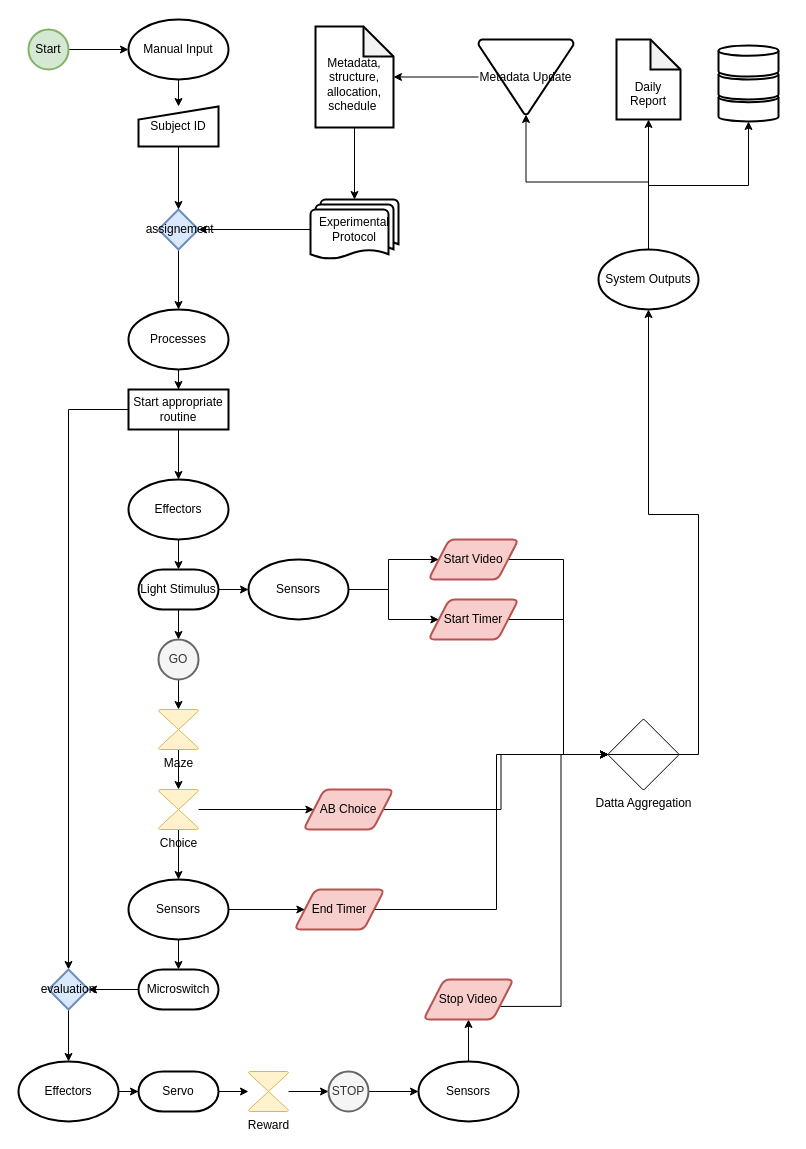
Above: Modules.drawio in Guillermo-Hidalgo-Gadea/RPi4Toolbox (draw.io), before the change. Source tidied: cells renumbered, new cells numbered last; positions are measured from the earlier drawing's top-left corner, leaving out a move shared by most shapes. Both pictures are drawn from the tidied source at 100%, with x=0, y=0 at pixel (18, 19).
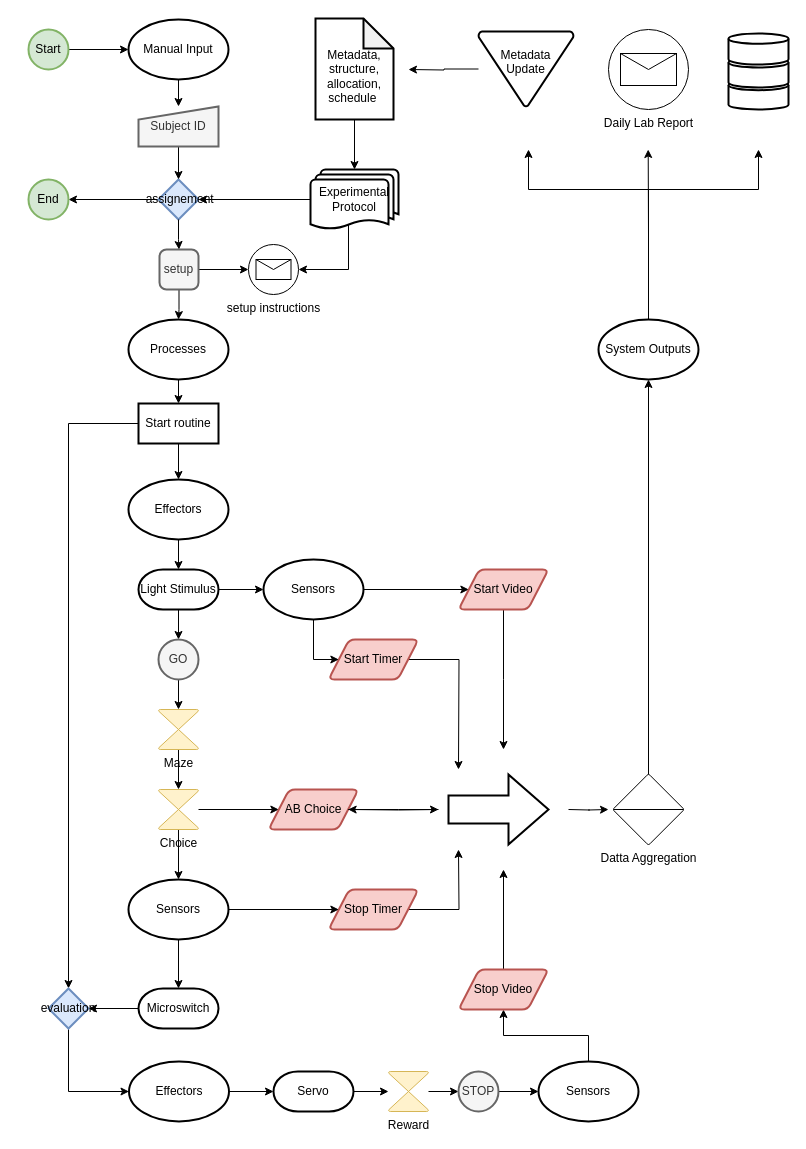
Above is the later version.

What changed in the source:
```diff
@@
-    <mxCell id="4" style="edgeStyle=orthogonalEdgeStyle;rounded=0;jettySize=auto;html=1;exitX=0.5;exitY=0;exitDx=0;exitDy=0;exitPerimeter=0;entryX=0.5;entryY=1;entryDx=0;entryDy=0;entryPerimeter=0;fontSize=12;" parent="1" edge="1" source="7" target="14">
-      <mxGeometry relative="1" as="geometry" />
-    </mxCell>
-    <mxCell id="5" style="edgeStyle=orthogonalEdgeStyle;rounded=0;jettySize=auto;html=1;exitX=0.5;exitY=0;exitDx=0;exitDy=0;exitPerimeter=0;entryX=0.5;entryY=1;entryDx=0;entryDy=0;entryPerimeter=0;fontSize=12;" parent="1" edge="1" source="7" target="53">
-      <mxGeometry relative="1" as="geometry" />
-    </mxCell>
-    <mxCell id="6" style="edgeStyle=orthogonalEdgeStyle;rounded=0;jettySize=auto;html=1;exitX=0.5;exitY=0;exitDx=0;exitDy=0;exitPerimeter=0;entryX=0.5;entryY=1;entryDx=0;entryDy=0;entryPerimeter=0;fontSize=12;" parent="1" edge="1" source="7" target="56">
-      <mxGeometry relative="1" as="geometry" />
-    </mxCell>
+    <mxCell id="73" style="edgeStyle=orthogonalEdgeStyle;rounded=0;jettySize=auto;html=1;exitX=0.5;exitY=0;exitDx=0;exitDy=0;exitPerimeter=0;fontSize=12;" parent="1" edge="1" source="7">
+      <mxGeometry relative="1" as="geometry">
+        <mxPoint x="629.7" y="130" as="targetPoint" />
+      </mxGeometry>
+    </mxCell>
+    <mxCell id="74" style="edgeStyle=orthogonalEdgeStyle;rounded=0;jettySize=auto;html=1;exitX=0.5;exitY=0;exitDx=0;exitDy=0;exitPerimeter=0;fontSize=12;" parent="1" edge="1" source="7">
+      <mxGeometry relative="1" as="geometry">
+        <mxPoint x="740" y="130" as="targetPoint" />
+        <Array as="points">
+          <mxPoint x="630" y="170" />
+          <mxPoint x="740" y="170" />
+        </Array>
+      </mxGeometry>
+    </mxCell>
+    <mxCell id="75" style="edgeStyle=orthogonalEdgeStyle;rounded=0;jettySize=auto;html=1;exitX=0.5;exitY=0;exitDx=0;exitDy=0;exitPerimeter=0;fontSize=12;" parent="1" edge="1" source="7">
+      <mxGeometry relative="1" as="geometry">
+        <mxPoint x="510" y="130" as="targetPoint" />
+        <Array as="points">
+          <mxPoint x="630" y="170" />
+          <mxPoint x="510" y="170" />
+        </Array>
+      </mxGeometry>
+    </mxCell>
     <mxCell id="7" value="System Outputs" style="strokeWidth=2;html=1;shape=mxgraph.flowchart.start_1;whiteSpace=wrap;" parent="1" vertex="1">
-      <mxGeometry x="580" y="230" width="100" height="60" as="geometry" />
+      <mxGeometry x="580" y="300" width="100" height="60" as="geometry" />
     </mxCell>
@@
     <mxCell id="11" value="Processes" style="strokeWidth=2;html=1;shape=mxgraph.flowchart.start_1;whiteSpace=wrap;" parent="1" vertex="1">
-      <mxGeometry x="110" y="290" width="100" height="60" as="geometry" />
+      <mxGeometry x="110" y="300" width="100" height="60" as="geometry" />
     </mxCell>
@@
     <mxCell id="14" style="strokeWidth=2;html=1;shape=mxgraph.flowchart.database;whiteSpace=wrap;" parent="1" vertex="1">
-      <mxGeometry x="700" y="73" width="60" height="29" as="geometry" />
+      <mxGeometry x="710" y="61" width="60" height="29" as="geometry" />
     </mxCell>
@@
+    <mxCell id="76" style="edgeStyle=orthogonalEdgeStyle;rounded=0;jettySize=auto;html=1;exitX=0.5;exitY=0.88;exitDx=0;exitDy=0;exitPerimeter=0;entryX=1;entryY=0.5;entryDx=0;entryDy=0;fontSize=12;" parent="1" edge="1" source="16" target="88">
+      <mxGeometry relative="1" as="geometry">
+        <Array as="points">
+          <mxPoint x="330" y="203" />
+          <mxPoint x="330" y="250" />
+        </Array>
+      </mxGeometry>
+    </mxCell>
     <mxCell id="16" value="Experimental Protocol" style="strokeWidth=2;html=1;shape=mxgraph.flowchart.multi-document;whiteSpace=wrap;" parent="1" vertex="1">
-      <mxGeometry x="292" y="180" width="88" height="60" as="geometry" />
+      <mxGeometry x="292" y="150" width="88" height="60" as="geometry" />
     </mxCell>
@@
     <mxCell id="18" value="&lt;br&gt;Metadata, structure, allocation, schedule&amp;nbsp;" style="shape=note;whiteSpace=wrap;html=1;backgroundOutline=1;darkOpacity=0.05;strokeWidth=2;" parent="1" vertex="1">
-      <mxGeometry x="297" y="7" width="78" height="101" as="geometry" />
+      <mxGeometry x="297" y="-1" width="78" height="101" as="geometry" />
     </mxCell>
-    <mxCell id="19" style="edgeStyle=orthogonalEdgeStyle;rounded=0;jettySize=auto;html=1;fontSize=12;" parent="1" edge="1" source="20" target="11">
+    <mxCell id="19" style="edgeStyle=orthogonalEdgeStyle;rounded=0;jettySize=auto;html=1;fontSize=12;" parent="1" edge="1" source="86" target="11">
       <mxGeometry relative="1" as="geometry" />
     </mxCell>
+    <mxCell id="77" style="edgeStyle=orthogonalEdgeStyle;rounded=0;jettySize=auto;html=1;fontSize=12;" parent="1" edge="1" source="20" target="84">
+      <mxGeometry relative="1" as="geometry" />
+    </mxCell>
     <mxCell id="20" value="&amp;nbsp;assignement" style="strokeWidth=2;shape=mxgraph.flowchart.decision;fontSize=12;verticalAlign=middle;whiteSpace=wrap;html=1;labelBorderColor=none;labelBackgroundColor=none;fillColor=#dae8fc;strokeColor=#6c8ebf;" parent="1" vertex="1">
-      <mxGeometry x="140" y="190" width="40" height="40" as="geometry" />
+      <mxGeometry x="140" y="160" width="40" height="40" as="geometry" />
     </mxCell>
@@
-    <mxCell id="22" value="Subject ID" style="html=1;strokeWidth=2;shape=manualInput;whiteSpace=wrap;rounded=1;size=13;arcSize=0;" parent="1" vertex="1">
+    <mxCell id="22" value="Subject ID" style="html=1;strokeWidth=2;shape=manualInput;whiteSpace=wrap;rounded=1;size=13;arcSize=0;fillColor=#f5f5f5;strokeColor=#666666;fontColor=#333333;" parent="1" vertex="1">
       <mxGeometry x="120" y="87" width="80" height="40" as="geometry" />
     </mxCell>
@@
-    <mxCell id="25" value="Start appropriate routine" style="whiteSpace=wrap;html=1;strokeWidth=2;" parent="1" vertex="1">
-      <mxGeometry x="110" y="370" width="100" height="40" as="geometry" />
+    <mxCell id="25" value="Start&amp;nbsp;routine" style="whiteSpace=wrap;html=1;strokeWidth=2;" parent="1" vertex="1">
+      <mxGeometry x="120" y="384" width="80" height="40" as="geometry" />
     </mxCell>
@@
-    <mxCell id="29" style="edgeStyle=orthogonalEdgeStyle;rounded=0;jettySize=auto;html=1;exitX=1;exitY=0.5;exitDx=0;exitDy=0;fontSize=12;entryX=0;entryY=0.5;entryDx=0;entryDy=0;entryPerimeter=0;" parent="1" edge="1" source="30" target="58">
-      <mxGeometry relative="1" as="geometry" />
-    </mxCell>
+    <mxCell id="78" style="edgeStyle=orthogonalEdgeStyle;rounded=0;jettySize=auto;html=1;fontSize=12;" parent="1" edge="1" source="30">
+      <mxGeometry relative="1" as="geometry">
+        <mxPoint x="440" y="750" as="targetPoint" />
+      </mxGeometry>
+    </mxCell>
     <mxCell id="30" value="Start Timer" style="shape=parallelogram;html=1;strokeWidth=2;perimeter=parallelogramPerimeter;whiteSpace=wrap;rounded=1;arcSize=12;size=0.23;labelBackgroundColor=none;fontSize=12;fillColor=#f8cecc;strokeColor=#b85450;" parent="1" vertex="1">
-      <mxGeometry x="410" y="580" width="90" height="40" as="geometry" />
+      <mxGeometry x="310" y="620" width="90" height="40" as="geometry" />
     </mxCell>
@@
     <mxCell id="35" value="Microswitch" style="strokeWidth=2;html=1;shape=mxgraph.flowchart.terminator;whiteSpace=wrap;labelBackgroundColor=none;fontSize=12;" parent="1" vertex="1">
-      <mxGeometry x="120" y="950" width="80" height="40" as="geometry" />
+      <mxGeometry x="120" y="969" width="80" height="40" as="geometry" />
     </mxCell>
-    <mxCell id="36" style="edgeStyle=orthogonalEdgeStyle;rounded=0;jettySize=auto;html=1;exitX=1;exitY=0.5;exitDx=0;exitDy=0;fontSize=12;entryX=0;entryY=0.5;entryDx=0;entryDy=0;entryPerimeter=0;" parent="1" edge="1" source="37" target="58">
-      <mxGeometry relative="1" as="geometry" />
-    </mxCell>
+    <mxCell id="79" style="edgeStyle=orthogonalEdgeStyle;rounded=0;jettySize=auto;html=1;fontSize=12;" parent="1" edge="1" source="37">
+      <mxGeometry relative="1" as="geometry">
+        <mxPoint x="440" y="830" as="targetPoint" />
+      </mxGeometry>
+    </mxCell>
-    <mxCell id="37" value="End Timer" style="shape=parallelogram;html=1;strokeWidth=2;perimeter=parallelogramPerimeter;whiteSpace=wrap;rounded=1;arcSize=12;size=0.23;labelBackgroundColor=none;fontSize=12;fillColor=#f8cecc;strokeColor=#b85450;" parent="1" vertex="1">
-      <mxGeometry x="276" y="870" width="90" height="40" as="geometry" />
+    <mxCell id="37" value="Stop Timer" style="shape=parallelogram;html=1;strokeWidth=2;perimeter=parallelogramPerimeter;whiteSpace=wrap;rounded=1;arcSize=12;size=0.23;labelBackgroundColor=none;fontSize=12;fillColor=#f8cecc;strokeColor=#b85450;" parent="1" vertex="1">
+      <mxGeometry x="310" y="870" width="90" height="40" as="geometry" />
     </mxCell>
-    <mxCell id="38" style="edgeStyle=orthogonalEdgeStyle;rounded=0;jettySize=auto;html=1;fontSize=12;" parent="1" edge="1" source="39" target="41">
-      <mxGeometry relative="1" as="geometry" />
+    <mxCell id="38" style="edgeStyle=orthogonalEdgeStyle;rounded=0;jettySize=auto;html=1;fontSize=12;entryX=0;entryY=0.5;entryDx=0;entryDy=0;entryPerimeter=0;" parent="1" edge="1" source="39" target="41">
+      <mxGeometry relative="1" as="geometry">
+        <Array as="points">
+          <mxPoint x="50" y="1072" />
+        </Array>
+      </mxGeometry>
     </mxCell>
     <mxCell id="39" value="evaluation" style="strokeWidth=2;shape=mxgraph.flowchart.decision;fontSize=12;verticalAlign=middle;whiteSpace=wrap;html=1;labelBorderColor=none;labelBackgroundColor=none;fillColor=#dae8fc;strokeColor=#6c8ebf;" parent="1" vertex="1">
-      <mxGeometry x="30" y="950" width="40" height="40" as="geometry" />
+      <mxGeometry x="30" y="969" width="40" height="40" as="geometry" />
     </mxCell>
@@
     <mxCell id="41" value="Effectors" style="strokeWidth=2;html=1;shape=mxgraph.flowchart.start_1;whiteSpace=wrap;" parent="1" vertex="1">
-      <mxGeometry y="1042" width="100" height="60" as="geometry" />
+      <mxGeometry x="110.5" y="1042" width="100" height="60" as="geometry" />
     </mxCell>
@@
     <mxCell id="43" value="Servo" style="strokeWidth=2;html=1;shape=mxgraph.flowchart.terminator;whiteSpace=wrap;labelBackgroundColor=none;fontSize=12;" parent="1" vertex="1">
-      <mxGeometry x="120" y="1052" width="80" height="40" as="geometry" />
+      <mxGeometry x="255" y="1052" width="80" height="40" as="geometry" />
     </mxCell>
@@
-    <mxCell id="45" style="edgeStyle=orthogonalEdgeStyle;rounded=0;jettySize=auto;html=1;exitX=1;exitY=0.5;exitDx=0;exitDy=0;exitPerimeter=0;entryX=0;entryY=0.5;entryDx=0;entryDy=0;fontSize=12;" parent="1" edge="1" source="46" target="30">
-      <mxGeometry relative="1" as="geometry" />
+    <mxCell id="45" style="edgeStyle=orthogonalEdgeStyle;rounded=0;jettySize=auto;html=1;exitX=0.5;exitY=1;exitDx=0;exitDy=0;exitPerimeter=0;entryX=0;entryY=0.5;entryDx=0;entryDy=0;fontSize=12;" parent="1" edge="1" source="46" target="30">
+      <mxGeometry relative="1" as="geometry">
+        <Array as="points">
+          <mxPoint x="295" y="640" />
+        </Array>
+      </mxGeometry>
     </mxCell>
     <mxCell id="46" value="Sensors" style="strokeWidth=2;html=1;shape=mxgraph.flowchart.start_1;whiteSpace=wrap;" parent="1" vertex="1">
-      <mxGeometry x="230" y="540" width="100" height="60" as="geometry" />
+      <mxGeometry x="245" y="540" width="100" height="60" as="geometry" />
     </mxCell>
@@
-    <mxCell id="50" style="edgeStyle=orthogonalEdgeStyle;rounded=0;jettySize=auto;html=1;exitX=1;exitY=0.5;exitDx=0;exitDy=0;entryX=0;entryY=0.5;entryDx=0;entryDy=0;entryPerimeter=0;fontSize=12;" parent="1" edge="1" source="51" target="58">
-      <mxGeometry relative="1" as="geometry" />
-    </mxCell>
+    <mxCell id="80" style="edgeStyle=orthogonalEdgeStyle;rounded=0;jettySize=auto;html=1;fontSize=12;" parent="1" edge="1" source="51">
+      <mxGeometry relative="1" as="geometry">
+        <mxPoint x="485" y="730" as="targetPoint" />
+      </mxGeometry>
+    </mxCell>
     <mxCell id="51" value="Start Video" style="shape=parallelogram;html=1;strokeWidth=2;perimeter=parallelogramPerimeter;whiteSpace=wrap;rounded=1;arcSize=12;size=0.23;labelBackgroundColor=none;fontSize=12;fillColor=#f8cecc;strokeColor=#b85450;" parent="1" vertex="1">
-      <mxGeometry x="410" y="520" width="90" height="40" as="geometry" />
+      <mxGeometry x="440" y="550" width="90" height="40" as="geometry" />
     </mxCell>
-    <mxCell id="52" style="edgeStyle=orthogonalEdgeStyle;rounded=0;jettySize=auto;html=1;fontSize=12;" parent="1" edge="1" source="53" target="18">
-      <mxGeometry relative="1" as="geometry" />
-    </mxCell>
+    <mxCell id="81" style="edgeStyle=orthogonalEdgeStyle;rounded=0;jettySize=auto;html=1;fontSize=12;" parent="1" edge="1" source="53">
+      <mxGeometry relative="1" as="geometry">
+        <mxPoint x="390" y="50" as="targetPoint" />
+      </mxGeometry>
+    </mxCell>
-    <mxCell id="53" value="Metadata Update&lt;br&gt;" style="strokeWidth=2;html=1;shape=mxgraph.flowchart.merge_or_storage;whiteSpace=wrap;labelBackgroundColor=none;fontSize=12;" parent="1" vertex="1">
-      <mxGeometry x="460" y="20" width="95" height="75" as="geometry" />
+    <mxCell id="53" value="Metadata&lt;br&gt;Update&lt;br&gt;&lt;br&gt;" style="strokeWidth=2;html=1;shape=mxgraph.flowchart.merge_or_storage;whiteSpace=wrap;labelBackgroundColor=none;fontSize=12;" parent="1" vertex="1">
+      <mxGeometry x="460" y="12" width="95" height="75" as="geometry" />
     </mxCell>
     <mxCell id="54" style="strokeWidth=2;html=1;shape=mxgraph.flowchart.database;whiteSpace=wrap;" parent="1" vertex="1">
-      <mxGeometry x="700" y="50" width="60" height="30" as="geometry" />
+      <mxGeometry x="710" y="38" width="60" height="30" as="geometry" />
     </mxCell>
     <mxCell id="55" style="strokeWidth=2;html=1;shape=mxgraph.flowchart.database;whiteSpace=wrap;" parent="1" vertex="1">
-      <mxGeometry x="700" y="26" width="60" height="31" as="geometry" />
+      <mxGeometry x="710" y="14" width="60" height="31" as="geometry" />
     </mxCell>
-    <mxCell id="56" value="&lt;br&gt;&lt;br&gt;Daily Report" style="shape=note;whiteSpace=wrap;html=1;backgroundOutline=1;darkOpacity=0.05;strokeWidth=2;" parent="1" vertex="1">
-      <mxGeometry x="598" y="20" width="64" height="80" as="geometry" />
-    </mxCell>
-    <mxCell id="57" style="edgeStyle=orthogonalEdgeStyle;rounded=0;jettySize=auto;html=1;exitX=1;exitY=0.5;exitDx=0;exitDy=0;exitPerimeter=0;entryX=0.5;entryY=1;entryDx=0;entryDy=0;entryPerimeter=0;fontSize=12;" parent="1" edge="1" source="58" target="7">
+    <mxCell id="57" style="edgeStyle=orthogonalEdgeStyle;rounded=0;jettySize=auto;html=1;exitX=0.5;exitY=0;exitDx=0;exitDy=0;exitPerimeter=0;entryX=0.5;entryY=1;entryDx=0;entryDy=0;entryPerimeter=0;fontSize=12;" parent="1" edge="1" source="58" target="7">
       <mxGeometry relative="1" as="geometry" />
     </mxCell>
     <mxCell id="58" value="Datta Aggregation&lt;br&gt;" style="verticalLabelPosition=bottom;verticalAlign=top;html=1;shape=mxgraph.flowchart.sort;labelBackgroundColor=none;fontSize=12;" parent="1" vertex="1">
-      <mxGeometry x="590" y="700" width="70" height="70" as="geometry" />
+      <mxGeometry x="595" y="755" width="70" height="70" as="geometry" />
     </mxCell>
@@
     <mxCell id="64" value="Reward" style="verticalLabelPosition=bottom;verticalAlign=top;html=1;shape=mxgraph.flowchart.collate;labelBackgroundColor=none;fontSize=12;fillColor=#fff2cc;strokeColor=#d6b656;" parent="1" vertex="1">
-      <mxGeometry x="230" y="1052" width="40" height="40" as="geometry" />
+      <mxGeometry x="370" y="1052" width="40" height="40" as="geometry" />
     </mxCell>
@@
     <mxCell id="66" value="STOP" style="strokeWidth=2;html=1;shape=mxgraph.flowchart.start_2;whiteSpace=wrap;fillColor=#f5f5f5;strokeColor=#666666;fontColor=#333333;" parent="1" vertex="1">
-      <mxGeometry x="310" y="1052" width="40" height="40" as="geometry" />
+      <mxGeometry x="440" y="1052" width="40" height="40" as="geometry" />
     </mxCell>
@@
     <mxCell id="68" value="Sensors" style="strokeWidth=2;html=1;shape=mxgraph.flowchart.start_1;whiteSpace=wrap;" parent="1" vertex="1">
-      <mxGeometry x="400" y="1042" width="100" height="60" as="geometry" />
+      <mxGeometry x="520" y="1042" width="100" height="60" as="geometry" />
     </mxCell>
-    <mxCell id="69" style="edgeStyle=orthogonalEdgeStyle;rounded=0;jettySize=auto;html=1;exitX=1;exitY=0.75;exitDx=0;exitDy=0;entryX=0;entryY=0.5;entryDx=0;entryDy=0;entryPerimeter=0;fontSize=12;" parent="1" edge="1" source="70" target="58">
-      <mxGeometry relative="1" as="geometry" />
-    </mxCell>
+    <mxCell id="82" style="edgeStyle=orthogonalEdgeStyle;rounded=0;jettySize=auto;html=1;fontSize=12;" parent="1" edge="1" source="70">
+      <mxGeometry relative="1" as="geometry">
+        <mxPoint x="485" y="850" as="targetPoint" />
+      </mxGeometry>
+    </mxCell>
     <mxCell id="70" value="Stop Video" style="shape=parallelogram;html=1;strokeWidth=2;perimeter=parallelogramPerimeter;whiteSpace=wrap;rounded=1;arcSize=12;size=0.23;labelBackgroundColor=none;fontSize=12;fillColor=#f8cecc;strokeColor=#b85450;" parent="1" vertex="1">
-      <mxGeometry x="405" y="960" width="90" height="40" as="geometry" />
+      <mxGeometry x="440" y="950" width="90" height="40" as="geometry" />
     </mxCell>
-    <mxCell id="71" style="edgeStyle=orthogonalEdgeStyle;rounded=0;jettySize=auto;html=1;exitX=1;exitY=0.5;exitDx=0;exitDy=0;entryX=0;entryY=0.5;entryDx=0;entryDy=0;entryPerimeter=0;fontSize=12;" parent="1" edge="1" source="72" target="58">
-      <mxGeometry relative="1" as="geometry" />
-    </mxCell>
+    <mxCell id="83" style="edgeStyle=orthogonalEdgeStyle;rounded=0;orthogonalLoop=1;jettySize=auto;html=1;fontSize=12;" parent="1" edge="1">
+      <mxGeometry relative="1" as="geometry">
+        <mxPoint x="550" y="790" as="sourcePoint" />
+        <mxPoint x="590" y="790" as="targetPoint" />
+      </mxGeometry>
+    </mxCell>
     <mxCell id="72" value="AB Choice" style="shape=parallelogram;html=1;strokeWidth=2;perimeter=parallelogramPerimeter;whiteSpace=wrap;rounded=1;arcSize=12;size=0.23;labelBackgroundColor=none;fontSize=12;fillColor=#f8cecc;strokeColor=#b85450;" parent="1" vertex="1">
-      <mxGeometry x="285" y="770" width="90" height="40" as="geometry" />
+      <mxGeometry x="250" y="770" width="90" height="40" as="geometry" />
     </mxCell>
+    <mxCell id="84" value="End" style="strokeWidth=2;html=1;shape=mxgraph.flowchart.start_2;whiteSpace=wrap;fillColor=#d5e8d4;strokeColor=#82b366;" parent="1" vertex="1">
+      <mxGeometry x="10" y="160" width="40" height="40" as="geometry" />
+    </mxCell>
+    <mxCell id="85" style="edgeStyle=orthogonalEdgeStyle;rounded=0;jettySize=auto;html=1;fontSize=12;" parent="1" edge="1" source="86" target="88">
+      <mxGeometry relative="1" as="geometry" />
+    </mxCell>
+    <mxCell id="86" value="setup" style="rounded=1;whiteSpace=wrap;html=1;absoluteArcSize=1;arcSize=14;strokeWidth=2;labelBackgroundColor=none;fontSize=12;fillColor=#f5f5f5;strokeColor=#666666;fontColor=#333333;" parent="1" vertex="1">
+      <mxGeometry x="141" y="230" width="39" height="40" as="geometry" />
+    </mxCell>
+    <mxCell id="87" style="edgeStyle=orthogonalEdgeStyle;rounded=0;jettySize=auto;html=1;fontSize=12;" parent="1" edge="1" source="20" target="86">
+      <mxGeometry relative="1" as="geometry" />
+    </mxCell>
+    <mxCell id="88" value="setup instructions&lt;br&gt;" style="shape=mxgraph.bpmn.shape;html=1;verticalLabelPosition=bottom;labelBackgroundColor=#ffffff;verticalAlign=top;align=center;perimeter=ellipsePerimeter;outlineConnect=0;outline=standard;symbol=message;fontSize=12;" parent="1" vertex="1">
+      <mxGeometry x="230" y="225" width="50" height="50" as="geometry" />
+    </mxCell>
+    <mxCell id="89" value="Daily Lab Report" style="shape=mxgraph.bpmn.shape;html=1;verticalLabelPosition=bottom;labelBackgroundColor=#ffffff;verticalAlign=top;align=center;perimeter=ellipsePerimeter;outline=standard;symbol=message;fontSize=12;" parent="1" vertex="1">
+      <mxGeometry x="590" y="10" width="80" height="80" as="geometry" />
+    </mxCell>
+    <mxCell id="90" style="edgeStyle=orthogonalEdgeStyle;rounded=0;jettySize=auto;html=1;fontSize=12;" parent="1" edge="1" target="72">
+      <mxGeometry relative="1" as="geometry">
+        <mxPoint x="420" y="790" as="sourcePoint" />
+      </mxGeometry>
+    </mxCell>
+    <mxCell id="91" style="verticalLabelPosition=bottom;verticalAlign=top;html=1;strokeWidth=2;shape=mxgraph.arrows2.arrow;dy=0.6;dx=40;notch=0;labelBackgroundColor=none;fontSize=12;" parent="1" vertex="1">
+      <mxGeometry x="430" y="755" width="100" height="70" as="geometry" />
+    </mxCell>
+    <mxCell id="92" style="edgeStyle=orthogonalEdgeStyle;rounded=0;jettySize=auto;html=1;fontSize=12;" parent="1" edge="1" source="72">
+      <mxGeometry relative="1" as="geometry">
+        <mxPoint x="420" y="790" as="targetPoint" />
+      </mxGeometry>
+    </mxCell>
```
